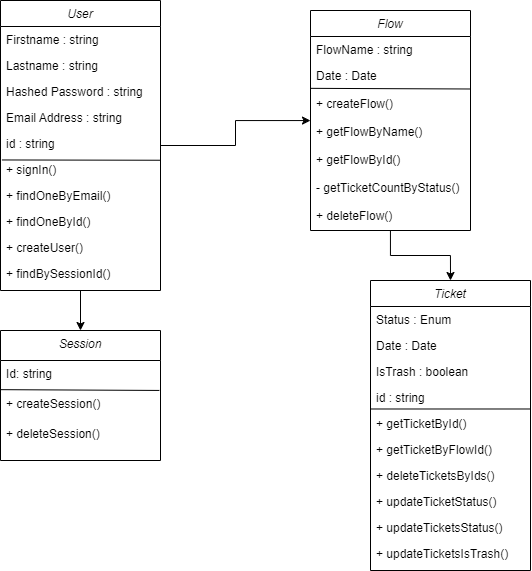
The draw.io diagram MDC.drawio.png in ClementPremartin/diagramme-flux, before a commit. Source tidied: cells renumbered, new cells last; positions are measured from the earlier drawing's top-left corner, leaving out a move shared by most shapes.
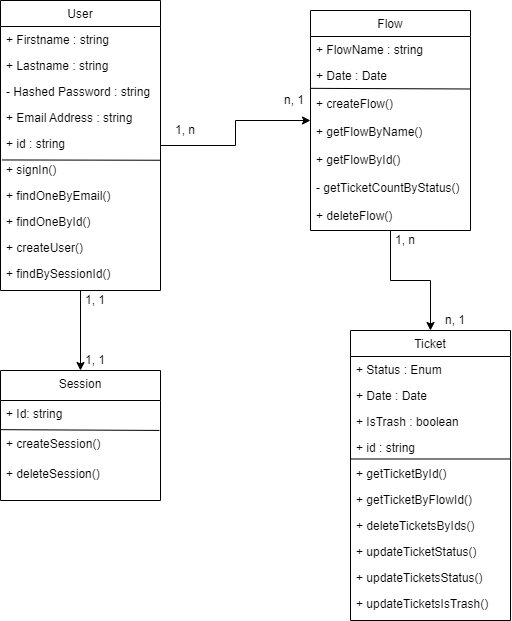
The same diagram one commit later.

Commit message:
Mettre à jour MDC.drawio.png

What changed in the source:
```diff
@@ -8,22 +8,22 @@
     <mxCell id="3" style="edgeStyle=orthogonalEdgeStyle;rounded=0;jettySize=auto;html=1;" parent="1" edge="1" source="4" target="28">
       <mxGeometry relative="1" as="geometry" />
     </mxCell>
-    <mxCell id="4" value="User" style="swimlane;fontStyle=2;align=center;verticalAlign=top;horizontal=1;startSize=26;rounded=0;shadow=0;strokeWidth=1;" parent="1" vertex="1">
+    <mxCell id="4" value="User" style="swimlane;fontStyle=0;align=center;verticalAlign=top;horizontal=1;startSize=26;rounded=0;shadow=0;strokeWidth=1;" parent="1" vertex="1">
       <mxGeometry width="160" height="290" as="geometry" />
     </mxCell>
-    <mxCell id="5" value="Firstname : string" style="text;align=left;verticalAlign=top;spacingLeft=4;spacingRight=4;overflow=hidden;" parent="4" vertex="1">
+    <mxCell id="5" value="+ Firstname : string" style="text;align=left;verticalAlign=top;spacingLeft=4;spacingRight=4;overflow=hidden;" parent="4" vertex="1">
       <mxGeometry y="26" width="160" height="26" as="geometry" />
     </mxCell>
-    <mxCell id="6" value="Lastname : string" style="text;align=left;verticalAlign=top;spacingLeft=4;spacingRight=4;overflow=hidden;rounded=0;shadow=0;html=0;" parent="4" vertex="1">
+    <mxCell id="6" value="+ Lastname : string" style="text;align=left;verticalAlign=top;spacingLeft=4;spacingRight=4;overflow=hidden;rounded=0;shadow=0;html=0;" parent="4" vertex="1">
       <mxGeometry y="52" width="160" height="26" as="geometry" />
     </mxCell>
-    <mxCell id="7" value="Hashed Password : string" style="text;align=left;verticalAlign=top;spacingLeft=4;spacingRight=4;overflow=hidden;rounded=0;shadow=0;html=0;" parent="4" vertex="1">
+    <mxCell id="7" value="- Hashed Password : string" style="text;align=left;verticalAlign=top;spacingLeft=4;spacingRight=4;overflow=hidden;rounded=0;shadow=0;html=0;" parent="4" vertex="1">
       <mxGeometry y="78" width="160" height="26" as="geometry" />
     </mxCell>
-    <mxCell id="8" value="Email Address : string" style="text;align=left;verticalAlign=top;spacingLeft=4;spacingRight=4;overflow=hidden;rounded=0;shadow=0;html=0;" parent="4" vertex="1">
+    <mxCell id="8" value="+ Email Address : string" style="text;align=left;verticalAlign=top;spacingLeft=4;spacingRight=4;overflow=hidden;rounded=0;shadow=0;html=0;" parent="4" vertex="1">
       <mxGeometry y="104" width="160" height="26" as="geometry" />
     </mxCell>
-    <mxCell id="9" value="id : string" style="text;align=left;verticalAlign=top;spacingLeft=4;spacingRight=4;overflow=hidden;rounded=0;shadow=0;html=0;" parent="4" vertex="1">
+    <mxCell id="9" value="+ id : string" style="text;align=left;verticalAlign=top;spacingLeft=4;spacingRight=4;overflow=hidden;rounded=0;shadow=0;html=0;" parent="4" vertex="1">
       <mxGeometry y="130" width="160" height="26" as="geometry" />
     </mxCell>
     <mxCell id="10" style="endArrow=none;html=1;rounded=0;exitX=0.009;exitY=0.133;exitDx=0;exitDy=0;exitPerimeter=0;entryX=0.996;entryY=0.144;entryDx=0;entryDy=0;entryPerimeter=0;" parent="4" edge="1" source="11" target="11">
@@ -44,19 +44,19 @@
     <mxCell id="15" value="+ findBySessionId()" style="text;align=left;verticalAlign=top;spacingLeft=4;spacingRight=4;overflow=hidden;rounded=0;shadow=0;html=0;" parent="4" vertex="1">
       <mxGeometry y="260" width="160" height="26" as="geometry" />
     </mxCell>
-    <mxCell id="16" value="Ticket" style="swimlane;fontStyle=2;align=center;verticalAlign=top;horizontal=1;startSize=26;rounded=0;shadow=0;strokeWidth=1;" parent="1" vertex="1">
-      <mxGeometry x="370" y="280" width="160" height="290" as="geometry" />
+    <mxCell id="16" value="Ticket" style="swimlane;fontStyle=0;align=center;verticalAlign=top;horizontal=1;startSize=26;rounded=0;shadow=0;strokeWidth=1;" parent="1" vertex="1">
+      <mxGeometry x="350" y="330" width="160" height="290" as="geometry" />
     </mxCell>
-    <mxCell id="17" value="Status : Enum" style="text;align=left;verticalAlign=top;spacingLeft=4;spacingRight=4;overflow=hidden;" parent="16" vertex="1">
+    <mxCell id="17" value="+ Status : Enum" style="text;align=left;verticalAlign=top;spacingLeft=4;spacingRight=4;overflow=hidden;" parent="16" vertex="1">
       <mxGeometry y="26" width="160" height="26" as="geometry" />
     </mxCell>
-    <mxCell id="18" value="Date : Date" style="text;align=left;verticalAlign=top;spacingLeft=4;spacingRight=4;overflow=hidden;rounded=0;shadow=0;html=0;" parent="16" vertex="1">
+    <mxCell id="18" value="+ Date : Date" style="text;align=left;verticalAlign=top;spacingLeft=4;spacingRight=4;overflow=hidden;rounded=0;shadow=0;html=0;" parent="16" vertex="1">
       <mxGeometry y="52" width="160" height="26" as="geometry" />
     </mxCell>
-    <mxCell id="19" value="IsTrash : boolean" style="text;align=left;verticalAlign=top;spacingLeft=4;spacingRight=4;overflow=hidden;fontStyle=0;" parent="16" vertex="1">
+    <mxCell id="19" value="+ IsTrash : boolean" style="text;align=left;verticalAlign=top;spacingLeft=4;spacingRight=4;overflow=hidden;fontStyle=0;" parent="16" vertex="1">
       <mxGeometry y="78" width="160" height="26" as="geometry" />
     </mxCell>
-    <mxCell id="20" value="id : string" style="text;align=left;verticalAlign=top;spacingLeft=4;spacingRight=4;overflow=hidden;fontStyle=0;" parent="16" vertex="1">
+    <mxCell id="20" value="+ id : string" style="text;align=left;verticalAlign=top;spacingLeft=4;spacingRight=4;overflow=hidden;fontStyle=0;" parent="16" vertex="1">
       <mxGeometry y="104" width="160" height="26" as="geometry" />
     </mxCell>
     <mxCell id="21" value="+ getTicketById()" style="text;align=left;verticalAlign=top;spacingLeft=4;spacingRight=4;overflow=hidden;points=[[0,0.5],[1,0.5]];portConstraint=eastwest;fontStyle=0;" parent="16" vertex="1">
@@ -80,10 +80,10 @@
     <mxCell id="27" style="endArrow=none;html=1;rounded=0;entryX=0.998;entryY=-0.058;entryDx=0;entryDy=0;entryPerimeter=0;exitX=-0.002;exitY=-0.058;exitDx=0;exitDy=0;exitPerimeter=0;" parent="16" edge="1" source="21" target="21">
       <mxGeometry relative="1" as="geometry" />
     </mxCell>
-    <mxCell id="28" value="Session" style="swimlane;fontStyle=2;align=center;verticalAlign=top;horizontal=1;startSize=30;rounded=0;shadow=0;strokeWidth=1;" parent="1" vertex="1">
-      <mxGeometry y="330" width="160" height="130" as="geometry" />
+    <mxCell id="28" value="Session" style="swimlane;fontStyle=0;align=center;verticalAlign=top;horizontal=1;startSize=30;rounded=0;shadow=0;strokeWidth=1;" parent="1" vertex="1">
+      <mxGeometry y="370" width="160" height="130" as="geometry" />
     </mxCell>
-    <mxCell id="29" value="Id: string" style="text;align=left;verticalAlign=top;spacingLeft=4;spacingRight=4;overflow=hidden;points=[[0,0.5],[1,0.5]];portConstraint=eastwest;" parent="28" vertex="1">
+    <mxCell id="29" value="+ Id: string" style="text;align=left;verticalAlign=top;spacingLeft=4;spacingRight=4;overflow=hidden;points=[[0,0.5],[1,0.5]];portConstraint=eastwest;" parent="28" vertex="1">
       <mxGeometry y="30" width="160" height="30" as="geometry" />
     </mxCell>
     <mxCell id="30" value="+ createSession()" style="text;align=left;verticalAlign=top;spacingLeft=4;spacingRight=4;overflow=hidden;points=[[0,0.5],[1,0.5]];portConstraint=eastwest;" parent="28" vertex="1">
@@ -98,13 +98,13 @@
     <mxCell id="33" style="edgeStyle=orthogonalEdgeStyle;rounded=0;jettySize=auto;html=1;entryX=0.5;entryY=0;entryDx=0;entryDy=0;" parent="1" edge="1" source="34" target="16">
       <mxGeometry relative="1" as="geometry" />
     </mxCell>
-    <mxCell id="34" value="Flow" style="swimlane;fontStyle=2;align=center;verticalAlign=top;horizontal=1;startSize=26;rounded=0;shadow=0;strokeWidth=1;" parent="1" vertex="1">
+    <mxCell id="34" value="Flow" style="swimlane;fontStyle=0;align=center;verticalAlign=top;horizontal=1;startSize=26;rounded=0;shadow=0;strokeWidth=1;" parent="1" vertex="1">
       <mxGeometry x="310" y="10" width="160" height="220" as="geometry" />
     </mxCell>
-    <mxCell id="35" value="FlowName : string" style="text;align=left;verticalAlign=top;spacingLeft=4;spacingRight=4;overflow=hidden;" parent="34" vertex="1">
+    <mxCell id="35" value="+ FlowName : string" style="text;align=left;verticalAlign=top;spacingLeft=4;spacingRight=4;overflow=hidden;" parent="34" vertex="1">
       <mxGeometry y="26" width="160" height="26" as="geometry" />
     </mxCell>
-    <mxCell id="36" value="Date : Date" style="text;align=left;verticalAlign=top;spacingLeft=4;spacingRight=4;overflow=hidden;rounded=0;shadow=0;html=0;" parent="34" vertex="1">
+    <mxCell id="36" value="+ Date : Date" style="text;align=left;verticalAlign=top;spacingLeft=4;spacingRight=4;overflow=hidden;rounded=0;shadow=0;html=0;" parent="34" vertex="1">
       <mxGeometry y="52" width="160" height="28" as="geometry" />
     </mxCell>
     <mxCell id="37" value="+ createFlow()" style="text;align=left;verticalAlign=top;spacingLeft=4;spacingRight=4;overflow=hidden;points=[[0,0.5],[1,0.5]];portConstraint=eastwest;rounded=0;shadow=0;html=0;" parent="34" vertex="1">
@@ -125,5 +125,23 @@
     <mxCell id="42" style="endArrow=none;html=1;rounded=0;exitX=0.002;exitY=-0.077;exitDx=0;exitDy=0;exitPerimeter=0;entryX=1.002;entryY=-0.054;entryDx=0;entryDy=0;entryPerimeter=0;" parent="34" edge="1" source="37" target="37">
       <mxGeometry relative="1" as="geometry" />
     </mxCell>
+    <mxCell id="43" value="1, n" style="text;html=1;strokeColor=none;fillColor=none;align=center;verticalAlign=middle;whiteSpace=wrap;rounded=0;" parent="1" vertex="1">
+      <mxGeometry x="170" y="120" width="30" height="20" as="geometry" />
+    </mxCell>
+    <mxCell id="44" value="n, 1" style="text;html=1;strokeColor=none;fillColor=none;align=center;verticalAlign=middle;whiteSpace=wrap;rounded=0;" parent="1" vertex="1">
+      <mxGeometry x="279" y="90" width="30" height="20" as="geometry" />
+    </mxCell>
+    <mxCell id="45" value="1, 1" style="text;html=1;strokeColor=none;fillColor=none;align=center;verticalAlign=middle;whiteSpace=wrap;rounded=0;" parent="1" vertex="1">
+      <mxGeometry x="80" y="290" width="30" height="20" as="geometry" />
+    </mxCell>
+    <mxCell id="46" value="1, 1" style="text;html=1;strokeColor=none;fillColor=none;align=center;verticalAlign=middle;whiteSpace=wrap;rounded=0;" parent="1" vertex="1">
+      <mxGeometry x="80" y="350" width="30" height="20" as="geometry" />
+    </mxCell>
+    <mxCell id="47" value="1, n" style="text;html=1;strokeColor=none;fillColor=none;align=center;verticalAlign=middle;whiteSpace=wrap;rounded=0;" parent="1" vertex="1">
+      <mxGeometry x="390" y="230" width="30" height="20" as="geometry" />
+    </mxCell>
+    <mxCell id="48" value="n, 1" style="text;html=1;strokeColor=none;fillColor=none;align=center;verticalAlign=middle;whiteSpace=wrap;rounded=0;" parent="1" vertex="1">
+      <mxGeometry x="440" y="310" width="30" height="20" as="geometry" />
+    </mxCell>
   </root>
 </mxGraphModel>
```
